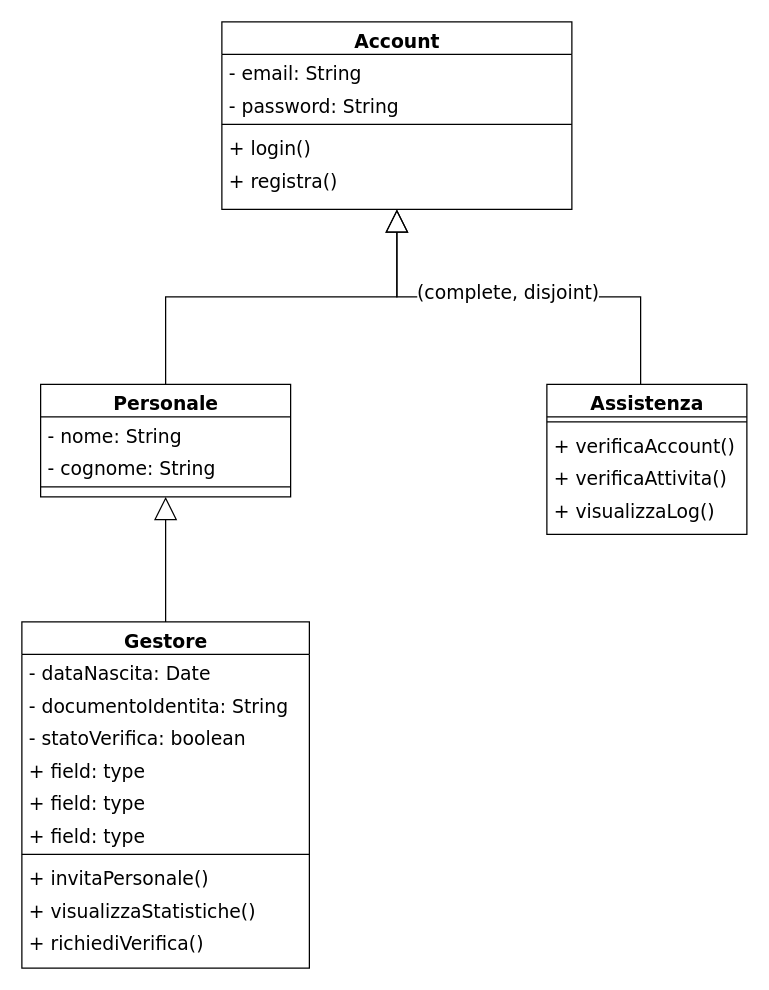
Above: page "Account" (2 of 6) of UML_classi.drawio in Marco-Burattoni/Progetto-ids (draw.io), before the change. Source tidied: cells renumbered, new cells numbered last; positions are measured from the earlier drawing's top-left corner, leaving out a move shared by most shapes. Both pictures are drawn from the tidied source at 125%, with x=0, y=0 at pixel (21, 21).
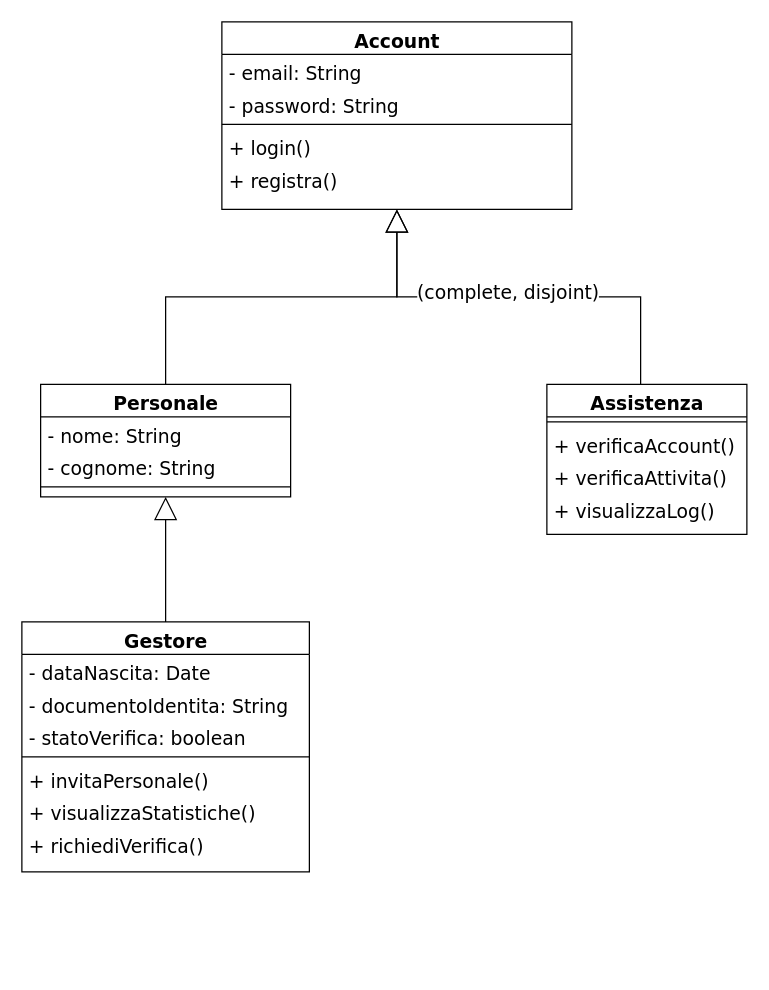
Above is the later version.

What changed in the source:
```diff
@@
     <mxCell id="6" value="Gestore" style="swimlane;html=1;fontStyle=1;align=center;verticalAlign=top;horizontal=1;startSize=26;swimlaneFillColor=#ffffff;rounded=0;shadow=0;comic=0;labelBackgroundColor=none;strokeWidth=1;fillColor=none;fontFamily=Verdana;fontSize=15;" parent="1" vertex="1">
-      <mxGeometry y="480" width="230" height="277" as="geometry" />
+      <mxGeometry y="480" width="230" height="200" as="geometry" />
     </mxCell>
@@
-    <mxCell id="10" value="+ field: type" style="text;html=1;strokeColor=none;fillColor=none;align=left;verticalAlign=top;spacingLeft=4;spacingRight=4;whiteSpace=wrap;overflow=hidden;fontSize=15;fontFamily=Verdana;" parent="6" vertex="1">
-      <mxGeometry y="104" width="230" height="26" as="geometry" />
-    </mxCell>
-    <mxCell id="11" value="+ field: type" style="text;html=1;strokeColor=none;fillColor=none;align=left;verticalAlign=top;spacingLeft=4;spacingRight=4;whiteSpace=wrap;overflow=hidden;fontSize=15;fontFamily=Verdana;" parent="6" vertex="1">
-      <mxGeometry y="130" width="230" height="26" as="geometry" />
-    </mxCell>
-    <mxCell id="12" value="+ field: type" style="text;html=1;strokeColor=none;fillColor=none;align=left;verticalAlign=top;spacingLeft=4;spacingRight=4;whiteSpace=wrap;overflow=hidden;fontSize=15;fontFamily=Verdana;" parent="6" vertex="1">
-      <mxGeometry y="156" width="230" height="26" as="geometry" />
-    </mxCell>
     <mxCell id="13" style="line;html=1;strokeWidth=1;fillColor=none;align=left;verticalAlign=middle;spacingTop=-1;spacingLeft=3;spacingRight=3;labelPosition=right;fontSize=15;fontFamily=Verdana;" parent="6" vertex="1">
-      <mxGeometry y="182" width="230" height="8" as="geometry" />
+      <mxGeometry y="104" width="230" height="8" as="geometry" />
     </mxCell>
     <mxCell id="14" value="+ invitaPersonale()" style="text;html=1;strokeColor=none;fillColor=none;align=left;verticalAlign=top;spacingLeft=4;spacingRight=4;whiteSpace=wrap;overflow=hidden;fontSize=15;fontFamily=Verdana;" parent="6" vertex="1">
-      <mxGeometry y="190" width="230" height="26" as="geometry" />
+      <mxGeometry y="112" width="230" height="26" as="geometry" />
     </mxCell>
     <mxCell id="15" value="+ visualizzaStatistiche()" style="text;html=1;strokeColor=none;fillColor=none;align=left;verticalAlign=top;spacingLeft=4;spacingRight=4;whiteSpace=wrap;overflow=hidden;fontSize=15;fontFamily=Verdana;" parent="6" vertex="1">
-      <mxGeometry y="216" width="230" height="26" as="geometry" />
+      <mxGeometry y="138" width="230" height="26" as="geometry" />
     </mxCell>
     <mxCell id="16" value="+ richiediVerifica()" style="text;html=1;strokeColor=none;fillColor=none;align=left;verticalAlign=top;spacingLeft=4;spacingRight=4;whiteSpace=wrap;overflow=hidden;fontSize=15;fontFamily=Verdana;" parent="6" vertex="1">
-      <mxGeometry y="242" width="230" height="26" as="geometry" />
+      <mxGeometry y="164" width="230" height="26" as="geometry" />
     </mxCell>
```
